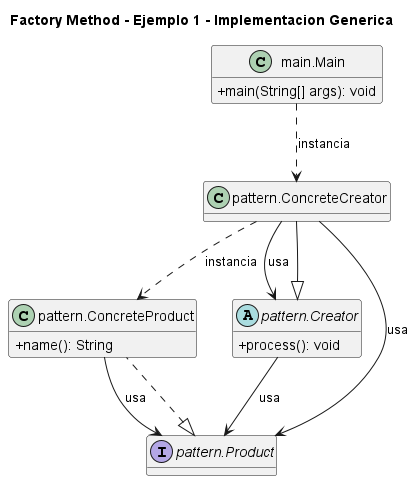
Above: 1. Creacionales/Factory Method/Ejemplo 1 - Implementacion Generica/UML.png in NicoCG32/Patrones-de-Software-y-Programacion-UCN (PlantUML), before the change. Its diagram source:
```plantuml
@startuml
title Factory Method - Ejemplo 1 - Implementacion Generica
skinparam classAttributeIconSize 0
hide empty fields
class "main.Main" as main_Main {
  +main(String[] args): void
}
class "pattern.ConcreteCreator" as pattern_ConcreteCreator {
}
class "pattern.ConcreteProduct" as pattern_ConcreteProduct {
  +name(): String
}
abstract class "pattern.Creator" as pattern_Creator {
  +process(): void
}
interface "pattern.Product" as pattern_Product {
}
pattern_Creator <|-- pattern_ConcreteCreator
pattern_Product <|.. pattern_ConcreteProduct
main_Main ..> pattern_ConcreteCreator : instancia
pattern_ConcreteCreator ..> pattern_ConcreteProduct : instancia
pattern_ConcreteCreator --> pattern_Creator : usa
pattern_ConcreteCreator --> pattern_Product : usa
pattern_ConcreteProduct --> pattern_Product : usa
pattern_Creator --> pattern_Product : usa
@enduml
```
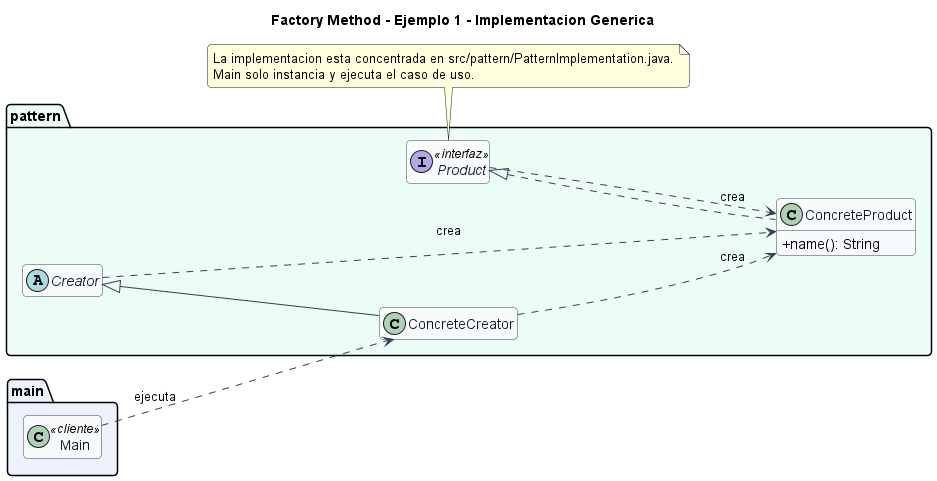
After the change.

Diff of the diagram source:
```diff
@@ -1,26 +1,43 @@
 @startuml
 title Factory Method - Ejemplo 1 - Implementacion Generica
+left to right direction
+skinparam backgroundColor #FFFFFF
+skinparam shadowing false
+skinparam roundcorner 8
 skinparam classAttributeIconSize 0
-hide empty fields
-class "main.Main" as main_Main {
-  +main(String[] args): void
+skinparam class {
+  BackgroundColor #F8FAFC
+  BorderColor #334155
+  ArrowColor #334155
+  FontColor #0F172A
 }
-class "pattern.ConcreteCreator" as pattern_ConcreteCreator {
+hide empty members
+
+package "main" #EEF2FF {
+  class Main <<cliente>>
 }
-class "pattern.ConcreteProduct" as pattern_ConcreteProduct {
-  +name(): String
+
+package "pattern" #ECFDF5 {
+  class ConcreteCreator {
+  }
+  class ConcreteProduct {
+    +name(): String
+  }
+  abstract class Creator {
+  }
+  interface Product <<interfaz>> {
+  }
 }
-abstract class "pattern.Creator" as pattern_Creator {
-  +process(): void
-}
-interface "pattern.Product" as pattern_Product {
-}
-pattern_Creator <|-- pattern_ConcreteCreator
-pattern_Product <|.. pattern_ConcreteProduct
-main_Main ..> pattern_ConcreteCreator : instancia
-pattern_ConcreteCreator ..> pattern_ConcreteProduct : instancia
-pattern_ConcreteCreator --> pattern_Creator : usa
-pattern_ConcreteCreator --> pattern_Product : usa
-pattern_ConcreteProduct --> pattern_Product : usa
-pattern_Creator --> pattern_Product : usa
+
+Creator <|-- ConcreteCreator
+Product <|.. ConcreteProduct
+ConcreteCreator ..> ConcreteProduct : crea
+Creator ..> ConcreteProduct : crea
+Product ..> ConcreteProduct : crea
+Main ..> ConcreteCreator : ejecuta
+
+note bottom
+La implementacion esta concentrada en src/pattern/PatternImplementation.java.
+Main solo instancia y ejecuta el caso de uso.
+end note
 @enduml
```
